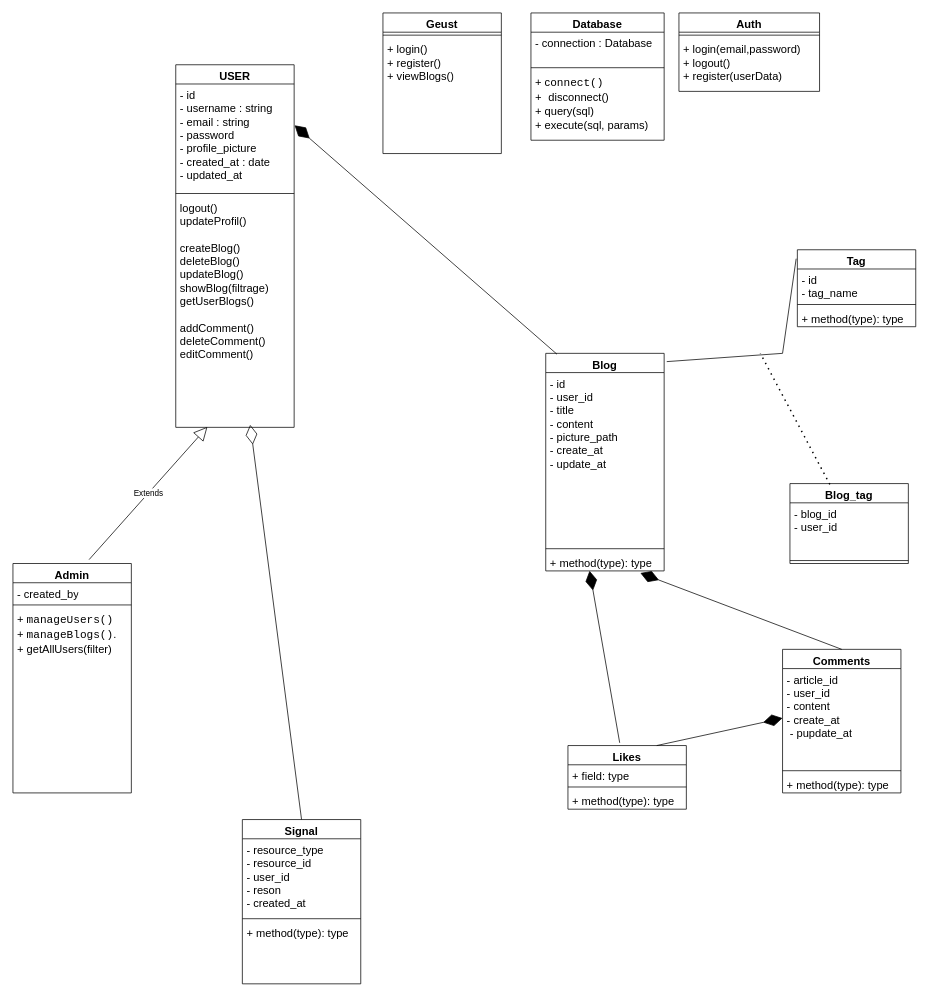
The draw.io diagram db/class diagram.drawio in mohammed-ali-boutaine/blog-app-php, before the edit. Source tidied: cells renumbered, new cells numbered last; positions are measured from the earlier drawing's top-left corner, leaving out a move shared by most shapes. Both pictures are drawn from the tidied source at 74%, with x=0, y=0 at pixel (13, 13).
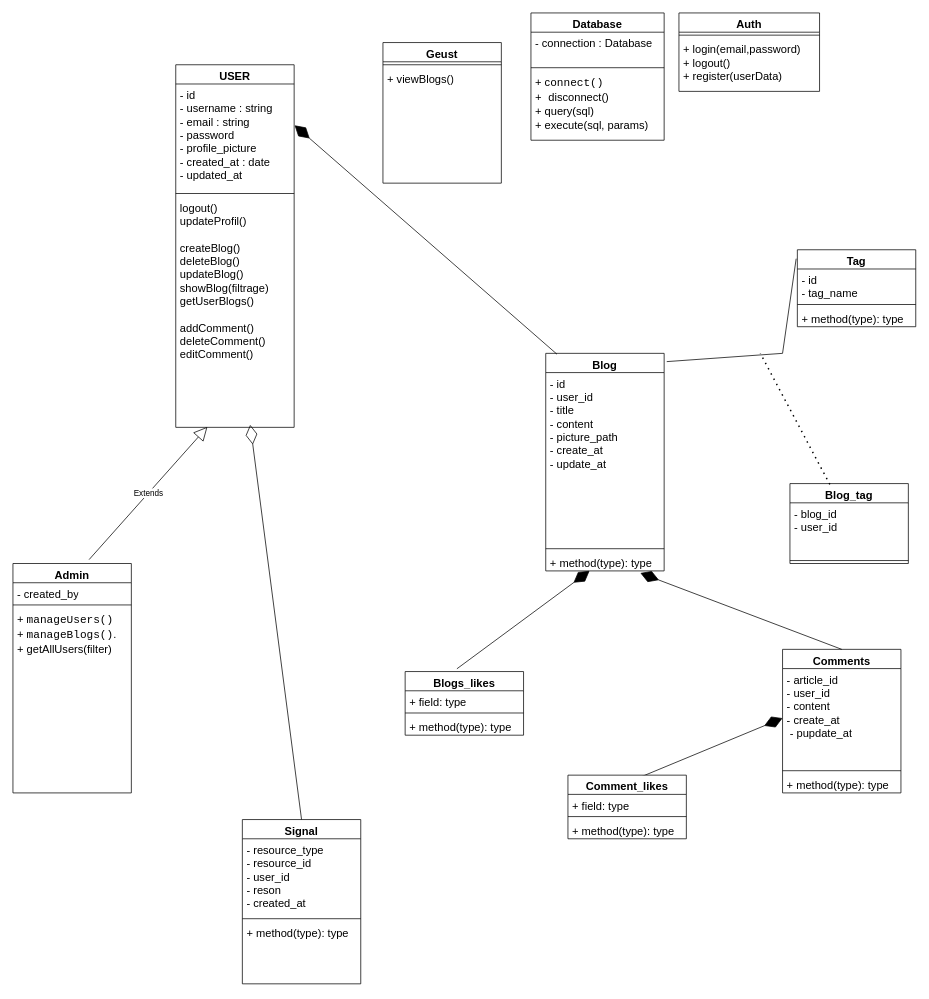
After the change.

The change refers to these unchanged cells:
```xml
<mxCell id="15" value="- article_id&lt;div&gt;- user_id&lt;/div&gt;&lt;div&gt;- content&lt;/div&gt;&lt;div&gt;- create_at&lt;/div&gt;&lt;div&gt;&amp;nbsp;- pupdate_at&lt;/div&gt;&lt;div&gt;&lt;br&gt;&lt;/div&gt;" style="text;strokeColor=none;fillColor=none;align=left;verticalAlign=top;spacingLeft=4;spacingRight=4;overflow=hidden;points=[[0,0.5],[1,0.5]];portConstraint=eastwest;whiteSpace=wrap;html=1;fontSize=15;" parent="14" vertex="1">
  <mxGeometry y="26" width="160" height="134" as="geometry" />
</mxCell>
```

What changed in the source:
```diff
@@
-    <mxCell id="18" value="Likes" style="swimlane;fontStyle=1;align=center;verticalAlign=top;horizontal=1;startSize=26;whiteSpace=wrap;html=1;fontSize=15;" parent="1" vertex="1">
-      <mxGeometry x="750" y="990" width="160" height="86" as="geometry" />
+    <mxCell id="18" value="Blogs_likes" style="swimlane;fontStyle=1;align=center;verticalAlign=top;horizontal=1;startSize=26;whiteSpace=wrap;html=1;fontSize=15;" parent="1" vertex="1">
+      <mxGeometry x="530" y="890" width="160" height="86" as="geometry" />
     </mxCell>
@@
-    <mxCell id="32" style="endArrow=diamondThin;endFill=1;endSize=24;html=1;rounded=0;exitX=0.75;exitY=0;exitDx=0;exitDy=0;entryX=0;entryY=0.5;entryDx=0;entryDy=0;" parent="1" edge="1" source="18" target="15">
+    <mxCell id="32" style="endArrow=diamondThin;endFill=1;endSize=24;html=1;rounded=0;entryX=0;entryY=0.5;entryDx=0;entryDy=0;exitX=0.584;exitY=0.052;exitDx=0;exitDy=0;exitPerimeter=0;" parent="1" edge="1" source="51" target="15">
       <mxGeometry relative="1" as="geometry" />
     </mxCell>
@@
     <mxCell id="46" value="Geust" style="swimlane;fontStyle=1;align=center;verticalAlign=top;horizontal=1;startSize=26;whiteSpace=wrap;html=1;fontSize=15;" parent="1" vertex="1">
-      <mxGeometry x="500" width="160" height="190" as="geometry" />
+      <mxGeometry x="500" y="40" width="160" height="190" as="geometry" />
     </mxCell>
@@
-    <mxCell id="48" value="+ login()&lt;div&gt;+ register()&lt;/div&gt;&lt;div&gt;+ viewBlogs()&lt;/div&gt;" style="text;strokeColor=none;fillColor=none;align=left;verticalAlign=top;spacingLeft=4;spacingRight=4;overflow=hidden;whiteSpace=wrap;html=1;fontSize=15;" parent="46" vertex="1">
+    <mxCell id="48" value="&lt;div&gt;+ viewBlogs()&lt;/div&gt;" style="text;strokeColor=none;fillColor=none;align=left;verticalAlign=top;spacingLeft=4;spacingRight=4;overflow=hidden;whiteSpace=wrap;html=1;fontSize=15;" parent="46" vertex="1">
       <mxGeometry y="34" width="160" height="156" as="geometry" />
     </mxCell>
@@
+    <mxCell id="51" value="Comment_likes" style="swimlane;fontStyle=1;align=center;verticalAlign=top;horizontal=1;startSize=26;whiteSpace=wrap;html=1;fontSize=15;" parent="1" vertex="1">
+      <mxGeometry x="750" y="1030" width="160" height="86" as="geometry" />
+    </mxCell>
+    <mxCell id="52" value="+ field: type" style="text;strokeColor=none;fillColor=none;align=left;verticalAlign=top;spacingLeft=4;spacingRight=4;overflow=hidden;whiteSpace=wrap;html=1;fontSize=15;" parent="51" vertex="1">
+      <mxGeometry y="26" width="160" height="26" as="geometry" />
+    </mxCell>
+    <mxCell id="53" style="line;strokeWidth=1;fillColor=none;align=left;verticalAlign=middle;spacingTop=-1;spacingLeft=3;spacingRight=3;labelPosition=right;strokeColor=inherit;fontSize=15;" parent="51" vertex="1">
+      <mxGeometry y="52" width="160" height="8" as="geometry" />
+    </mxCell>
+    <mxCell id="54" value="+ method(type): type" style="text;strokeColor=none;fillColor=none;align=left;verticalAlign=top;spacingLeft=4;spacingRight=4;overflow=hidden;whiteSpace=wrap;html=1;fontSize=15;" parent="51" vertex="1">
+      <mxGeometry y="60" width="160" height="26" as="geometry" />
+    </mxCell>
```
